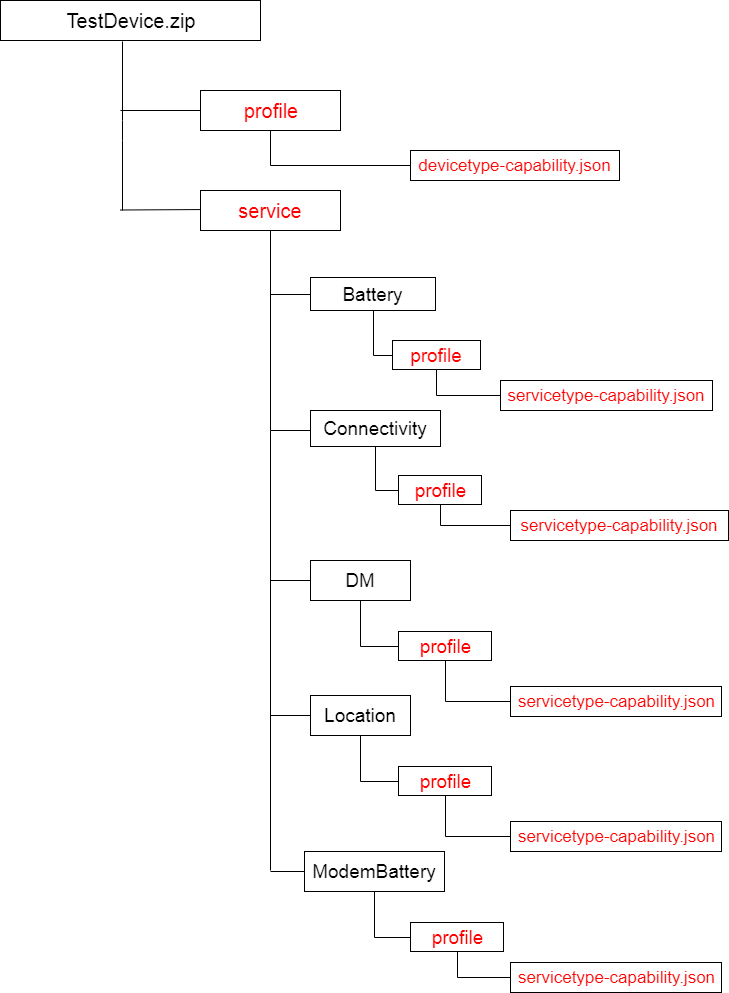
Before: images/General_NBIoTDevice.png, a diagram exported from draw.io (magentabusiness/IoT-Quickstart). Source tidied: cells renumbered, new cells last; positions are measured from the earlier drawing's top-left corner, leaving out a move shared by most shapes.
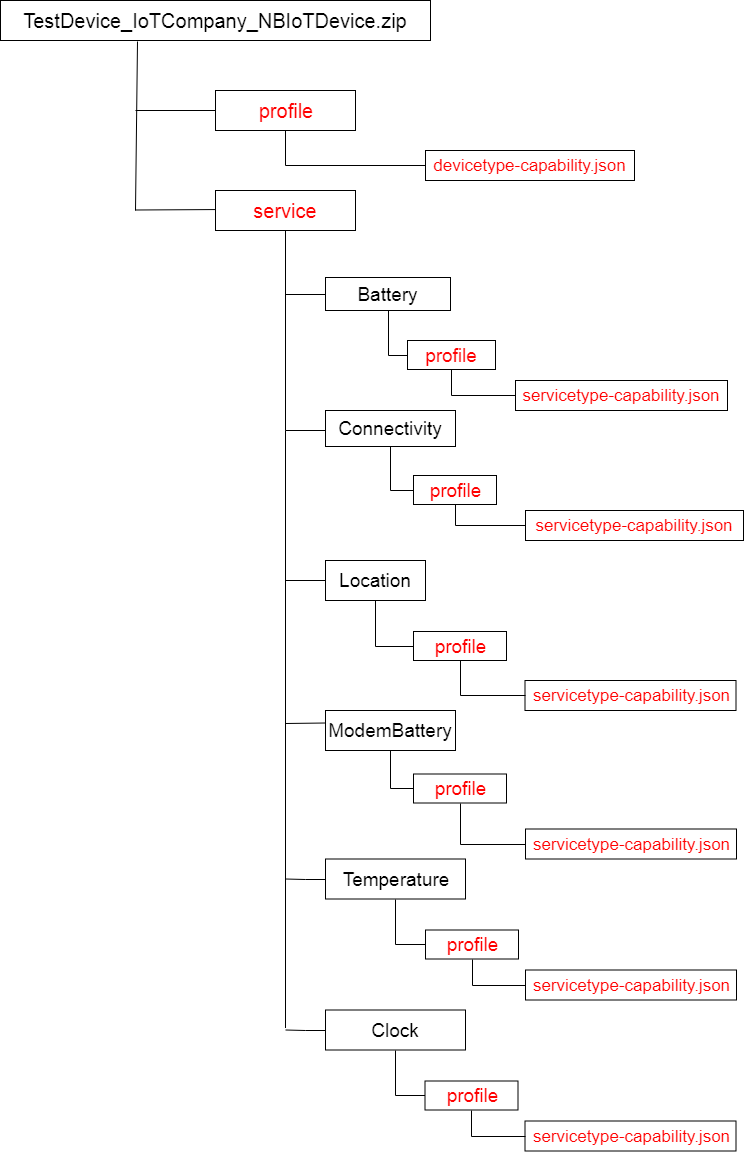
After the change.

What changed in the source:
```diff
@@ -2,8 +2,8 @@
   <root>
     <mxCell id="0" />
     <mxCell id="1" parent="0" />
-    <mxCell id="2" value="&lt;font style=&quot;font-size: 20px&quot;&gt;TestDevice.zip&lt;/font&gt;" style="rounded=0;whiteSpace=wrap;html=1;fillColor=none;fontSize=20;" parent="1" vertex="1">
-      <mxGeometry width="260" height="40" as="geometry" />
+    <mxCell id="2" value="&lt;font style=&quot;font-size: 20px&quot;&gt;TestDevice_IoTCompany_NBIoTDevice.zip&lt;/font&gt;" style="rounded=0;whiteSpace=wrap;html=1;fillColor=none;fontSize=20;" parent="1" vertex="1">
+      <mxGeometry x="-15" width="430" height="40" as="geometry" />
     </mxCell>
     <mxCell id="3" style="edgeStyle=orthogonalEdgeStyle;rounded=0;jettySize=auto;html=1;exitX=0.5;exitY=1;exitDx=0;exitDy=0;entryX=0;entryY=0.5;entryDx=0;entryDy=0;strokeColor=#000000;endArrow=none;endFill=0;" parent="1" edge="1" source="4" target="6">
       <mxGeometry relative="1" as="geometry" />
@@ -42,7 +42,7 @@
       <mxGeometry x="310" y="410" width="130" height="36" as="geometry" />
     </mxCell>
     <mxCell id="14" value="&lt;span&gt;&lt;font style=&quot;font-size: 17px&quot; color=&quot;#ff0000&quot;&gt;servicetype-capability.json&lt;/font&gt;&lt;/span&gt;" style="rounded=0;whiteSpace=wrap;html=1;" parent="1" vertex="1">
-      <mxGeometry x="510" y="686" width="211" height="30" as="geometry" />
+      <mxGeometry x="509.5" y="680" width="211" height="30" as="geometry" />
     </mxCell>
     <mxCell id="15" style="edgeStyle=orthogonalEdgeStyle;rounded=0;jettySize=auto;html=1;exitX=0;exitY=0.5;exitDx=0;exitDy=0;endArrow=none;endFill=0;strokeColor=#000000;" parent="1" edge="1" source="17">
       <mxGeometry relative="1" as="geometry">
@@ -52,17 +52,9 @@
     <mxCell id="16" style="edgeStyle=orthogonalEdgeStyle;rounded=0;jettySize=auto;html=1;exitX=0.5;exitY=1;exitDx=0;exitDy=0;entryX=0;entryY=0.5;entryDx=0;entryDy=0;endArrow=none;endFill=0;" parent="1" edge="1" source="17" target="27">
       <mxGeometry relative="1" as="geometry" />
     </mxCell>
-    <mxCell id="17" value="&lt;span&gt;&lt;font style=&quot;font-size: 19px&quot;&gt;DM&lt;/font&gt;&lt;/span&gt;" style="rounded=0;whiteSpace=wrap;html=1;" parent="1" vertex="1">
+    <mxCell id="17" value="&lt;span&gt;&lt;font style=&quot;font-size: 19px&quot;&gt;Location&lt;/font&gt;&lt;/span&gt;&lt;br&gt;" style="rounded=0;whiteSpace=wrap;html=1;" parent="1" vertex="1">
       <mxGeometry x="310" y="560" width="100" height="40" as="geometry" />
     </mxCell>
-    <mxCell id="18" style="endArrow=none;html=1;entryX=0.469;entryY=1.025;entryDx=0;entryDy=0;entryPerimeter=0;" parent="1" edge="1" target="2">
-      <mxGeometry relative="1" as="geometry">
-        <mxPoint x="122" y="210" as="sourcePoint" />
-        <Array as="points">
-          <mxPoint x="122" y="130" />
-        </Array>
-      </mxGeometry>
-    </mxCell>
     <mxCell id="19" style="endArrow=none;html=1;entryX=0;entryY=0.5;entryDx=0;entryDy=0;" parent="1" edge="1" target="4">
       <mxGeometry relative="1" as="geometry">
         <mxPoint x="120" y="110" as="sourcePoint" />
@@ -106,18 +98,19 @@
       </mxGeometry>
     </mxCell>
     <mxCell id="29" value="&lt;span&gt;&lt;font style=&quot;font-size: 17px&quot; color=&quot;#ff0000&quot;&gt;servicetype-capability.json&lt;/font&gt;&lt;/span&gt;" style="rounded=0;whiteSpace=wrap;html=1;" parent="1" vertex="1">
-      <mxGeometry x="510" y="821" width="211" height="30" as="geometry" />
+      <mxGeometry x="510" y="828.5" width="211" height="30" as="geometry" />
     </mxCell>
-    <mxCell id="30" style="edgeStyle=orthogonalEdgeStyle;rounded=0;jettySize=auto;html=1;exitX=0;exitY=0.5;exitDx=0;exitDy=0;endArrow=none;endFill=0;strokeColor=#000000;" parent="1" edge="1" source="32">
+    <mxCell id="30" style="edgeStyle=orthogonalEdgeStyle;rounded=0;orthogonalLoop=1;jettySize=auto;html=1;exitX=0;exitY=0.5;exitDx=0;exitDy=0;endArrow=none;endFill=0;strokeColor=#000000;" parent="1" edge="1">
       <mxGeometry relative="1" as="geometry">
-        <mxPoint x="270" y="745" as="targetPoint" />
+        <mxPoint x="310" y="722.5" as="sourcePoint" />
+        <mxPoint x="270" y="752.5" as="targetPoint" />
       </mxGeometry>
     </mxCell>
     <mxCell id="31" style="edgeStyle=orthogonalEdgeStyle;rounded=0;jettySize=auto;html=1;exitX=0.5;exitY=1;exitDx=0;exitDy=0;entryX=0;entryY=0.5;entryDx=0;entryDy=0;endArrow=none;endFill=0;" parent="1" edge="1" source="32" target="35">
       <mxGeometry relative="1" as="geometry" />
     </mxCell>
-    <mxCell id="32" value="&lt;span&gt;&lt;font style=&quot;font-size: 19px&quot;&gt;Location&lt;/font&gt;&lt;/span&gt;" style="rounded=0;whiteSpace=wrap;html=1;" parent="1" vertex="1">
-      <mxGeometry x="310" y="695" width="100" height="40" as="geometry" />
+    <mxCell id="32" value="&lt;span&gt;&lt;font style=&quot;font-size: 19px&quot;&gt;ModemBattery&lt;/font&gt;&lt;/span&gt;" style="rounded=0;whiteSpace=wrap;html=1;" parent="1" vertex="1">
+      <mxGeometry x="310" y="710" width="130" height="40" as="geometry" />
     </mxCell>
     <mxCell id="33" style="endArrow=none;html=1;strokeColor=#000000;fontSize=20;" parent="1" edge="1">
       <mxGeometry relative="1" as="geometry">
@@ -129,33 +122,58 @@
       <mxGeometry relative="1" as="geometry" />
     </mxCell>
     <mxCell id="35" value="&lt;span style=&quot;font-size: 19px&quot;&gt;&lt;font color=&quot;#ff0000&quot;&gt;profile&lt;/font&gt;&lt;/span&gt;&lt;br&gt;" style="rounded=0;whiteSpace=wrap;html=1;" parent="1" vertex="1">
-      <mxGeometry x="398" y="766" width="93" height="29" as="geometry" />
+      <mxGeometry x="398" y="773.5" width="93" height="29" as="geometry" />
     </mxCell>
     <mxCell id="36" value="&lt;span&gt;&lt;font style=&quot;font-size: 17px&quot; color=&quot;#ff0000&quot;&gt;servicetype-capability.json&lt;/font&gt;&lt;/span&gt;" style="rounded=0;whiteSpace=wrap;html=1;" parent="1" vertex="1">
-      <mxGeometry x="510" y="962" width="211" height="30" as="geometry" />
+      <mxGeometry x="510" y="969.5" width="211" height="30" as="geometry" />
     </mxCell>
     <mxCell id="37" style="edgeStyle=orthogonalEdgeStyle;rounded=0;jettySize=auto;html=1;exitX=0;exitY=0.5;exitDx=0;exitDy=0;endArrow=none;endFill=0;strokeColor=#000000;" parent="1" edge="1" source="39">
       <mxGeometry relative="1" as="geometry">
-        <mxPoint x="270" y="871" as="targetPoint" />
+        <mxPoint x="270" y="878.5" as="targetPoint" />
       </mxGeometry>
     </mxCell>
     <mxCell id="38" style="edgeStyle=orthogonalEdgeStyle;rounded=0;jettySize=auto;html=1;exitX=0.5;exitY=1;exitDx=0;exitDy=0;entryX=0;entryY=0.5;entryDx=0;entryDy=0;endArrow=none;endFill=0;" parent="1" edge="1" source="39" target="42">
       <mxGeometry relative="1" as="geometry" />
     </mxCell>
-    <mxCell id="39" value="&lt;span&gt;&lt;font style=&quot;font-size: 19px&quot;&gt;ModemBattery&lt;/font&gt;&lt;/span&gt;" style="rounded=0;whiteSpace=wrap;html=1;" parent="1" vertex="1">
-      <mxGeometry x="304" y="851" width="140" height="40" as="geometry" />
+    <mxCell id="39" value="&lt;font style=&quot;font-size: 19px&quot;&gt;Temperature&lt;/font&gt;" style="rounded=0;whiteSpace=wrap;html=1;" parent="1" vertex="1">
+      <mxGeometry x="310" y="858.5" width="140" height="40" as="geometry" />
     </mxCell>
     <mxCell id="40" style="endArrow=none;html=1;strokeColor=#000000;fontSize=20;" parent="1" edge="1">
       <mxGeometry relative="1" as="geometry">
-        <mxPoint x="270" y="870" as="sourcePoint" />
-        <mxPoint x="270" y="721" as="targetPoint" />
+        <mxPoint x="270" y="1027.5" as="sourcePoint" />
+        <mxPoint x="270" y="728.5" as="targetPoint" />
       </mxGeometry>
     </mxCell>
     <mxCell id="41" style="edgeStyle=orthogonalEdgeStyle;rounded=0;jettySize=auto;html=1;exitX=0.5;exitY=1;exitDx=0;exitDy=0;entryX=0;entryY=0.5;entryDx=0;entryDy=0;endArrow=none;endFill=0;" parent="1" edge="1" source="42" target="36">
       <mxGeometry relative="1" as="geometry" />
     </mxCell>
     <mxCell id="42" value="&lt;span style=&quot;font-size: 19px&quot;&gt;&lt;font color=&quot;#ff0000&quot;&gt;profile&lt;/font&gt;&lt;/span&gt;&lt;br&gt;" style="rounded=0;whiteSpace=wrap;html=1;" parent="1" vertex="1">
-      <mxGeometry x="410" y="922" width="93" height="29" as="geometry" />
+      <mxGeometry x="410" y="929.5" width="93" height="29" as="geometry" />
     </mxCell>
+    <mxCell id="43" value="&lt;span&gt;&lt;font style=&quot;font-size: 17px&quot; color=&quot;#ff0000&quot;&gt;servicetype-capability.json&lt;/font&gt;&lt;/span&gt;" style="rounded=0;whiteSpace=wrap;html=1;" parent="1" vertex="1">
+      <mxGeometry x="509.5" y="1120.5" width="211" height="30" as="geometry" />
+    </mxCell>
+    <mxCell id="44" style="edgeStyle=orthogonalEdgeStyle;rounded=0;jettySize=auto;html=1;exitX=0.5;exitY=1;exitDx=0;exitDy=0;entryX=0;entryY=0.5;entryDx=0;entryDy=0;endArrow=none;endFill=0;" parent="1" edge="1" source="46" target="48">
+      <mxGeometry relative="1" as="geometry" />
+    </mxCell>
+    <mxCell id="45" style="edgeStyle=orthogonalEdgeStyle;rounded=0;jettySize=auto;html=1;exitX=0;exitY=0.5;exitDx=0;exitDy=0;endArrow=none;endFill=0;" parent="1" edge="1" source="46">
+      <mxGeometry relative="1" as="geometry">
+        <mxPoint x="270" y="1029.5" as="targetPoint" />
+      </mxGeometry>
+    </mxCell>
+    <mxCell id="46" value="&lt;span&gt;&lt;font style=&quot;font-size: 19px&quot;&gt;Clock&lt;/font&gt;&lt;/span&gt;" style="rounded=0;whiteSpace=wrap;html=1;" parent="1" vertex="1">
+      <mxGeometry x="310" y="1009.5" width="140" height="40" as="geometry" />
+    </mxCell>
+    <mxCell id="47" style="edgeStyle=orthogonalEdgeStyle;rounded=0;jettySize=auto;html=1;exitX=0.5;exitY=1;exitDx=0;exitDy=0;entryX=0;entryY=0.5;entryDx=0;entryDy=0;endArrow=none;endFill=0;" parent="1" edge="1" source="48" target="43">
+      <mxGeometry relative="1" as="geometry" />
+    </mxCell>
+    <mxCell id="48" value="&lt;span style=&quot;font-size: 19px&quot;&gt;&lt;font color=&quot;#ff0000&quot;&gt;profile&lt;/font&gt;&lt;/span&gt;&lt;br&gt;" style="rounded=0;whiteSpace=wrap;html=1;" parent="1" vertex="1">
+      <mxGeometry x="409.5" y="1080.5" width="93" height="29" as="geometry" />
+    </mxCell>
+    <mxCell id="49" style="endArrow=none;html=1;entryX=0.319;entryY=1.025;entryDx=0;entryDy=0;entryPerimeter=0;" parent="1" edge="1" target="2">
+      <mxGeometry relative="1" as="geometry">
+        <mxPoint x="120" y="210" as="sourcePoint" />
+      </mxGeometry>
+    </mxCell>
   </root>
 </mxGraphModel>
```
